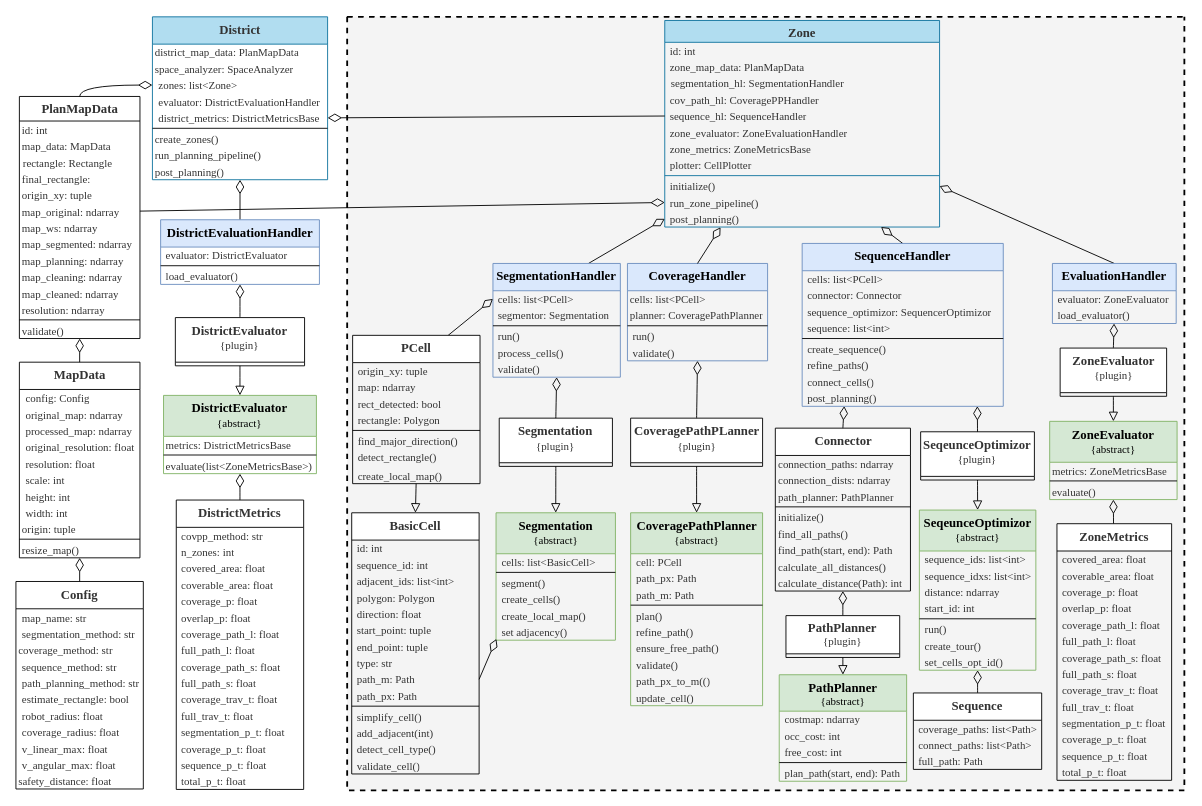
Above: page "ClassDiagram" (4 of 4) of documentation/design/d1_framework.drawio in MortezaHagh/coverage-path-planning (draw.io), before the change. Source tidied: cells renumbered, new cells numbered last; positions are measured from the earlier drawing's top-left corner, leaving out a move shared by most shapes. Both pictures are drawn from the tidied source at 91%, with x=0, y=0 at pixel (15, 16).
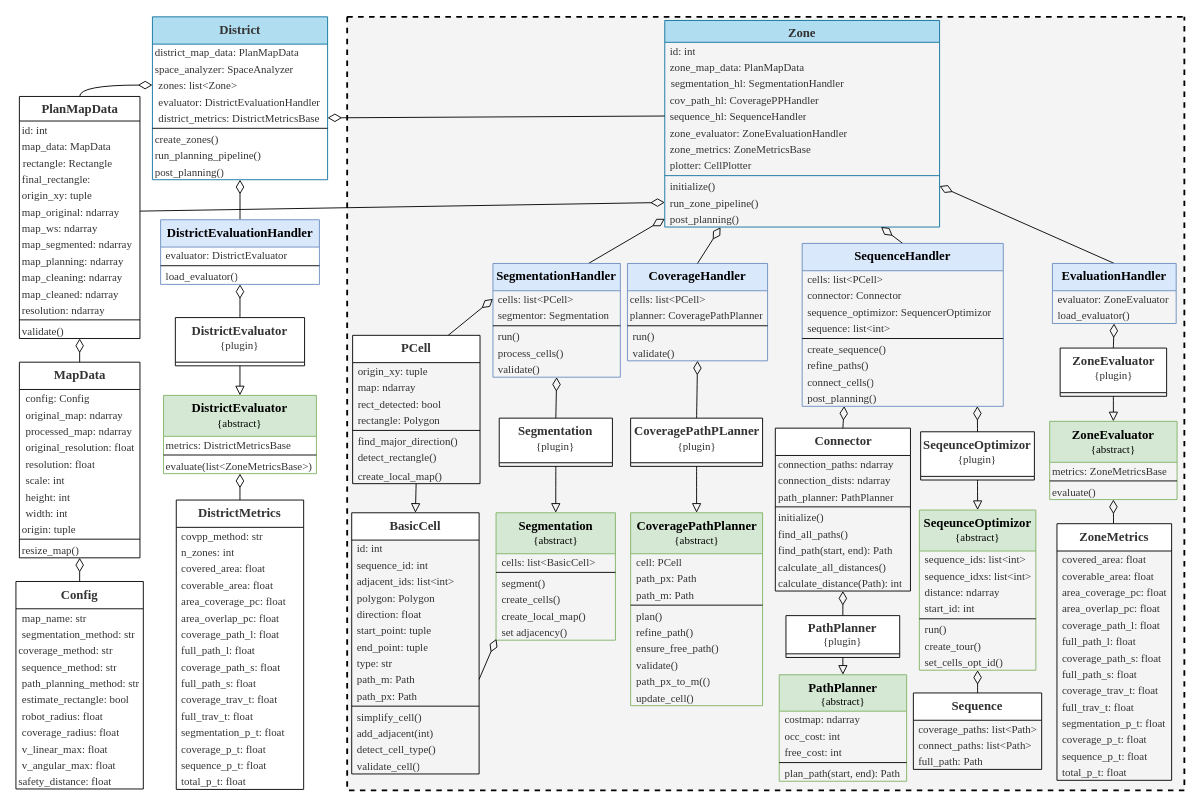
After the change.

The change refers to these unchanged cells:
```xml
<mxCell id="160" value="&lt;b style=&quot;scrollbar-color: rgb(226, 226, 226) rgb(251, 251, 251);&quot;&gt;&lt;font style=&quot;scrollbar-color: rgb(226, 226, 226) rgb(251, 251, 251); font-size: 14px;&quot;&gt;DistrictMetrics&lt;/font&gt;&lt;/b&gt;" style="swimlane;fontStyle=0;align=center;verticalAlign=top;horizontal=1;startSize=30;html=1;whiteSpace=wrap;fontFamily=Times New Roman;fontColor=#333333;" parent="1" vertex="1">
  <mxGeometry x="176.2" y="531" width="140" height="318" as="geometry" />
</mxCell>
<mxCell id="224" value="&lt;b style=&quot;scrollbar-color: rgb(226, 226, 226) rgb(251, 251, 251);&quot;&gt;&lt;font style=&quot;scrollbar-color: rgb(226, 226, 226) rgb(251, 251, 251); font-size: 14px;&quot;&gt;ZoneMetrics&lt;/font&gt;&lt;/b&gt;" style="swimlane;fontStyle=0;align=center;verticalAlign=top;horizontal=1;startSize=30;html=1;whiteSpace=wrap;fontFamily=Times New Roman;fontColor=#333333;" parent="1" vertex="1">
  <mxGeometry x="1144" y="557" width="126" height="282" as="geometry" />
</mxCell>
```

Change to the diagram source:
```diff
@@
-    <mxCell id="165" value="&lt;font face=&quot;Times New Roman&quot;&gt;coverage_p: float&lt;/font&gt;" style="text;html=1;strokeColor=none;fillColor=none;align=left;verticalAlign=middle;spacingLeft=4;spacingRight=4;overflow=hidden;whiteSpace=wrap;fontColor=#333333;" parent="160" vertex="1">
+    <mxCell id="165" value="&lt;font face=&quot;Times New Roman&quot;&gt;area_coverage_pc: float&lt;/font&gt;" style="text;html=1;strokeColor=none;fillColor=none;align=left;verticalAlign=middle;spacingLeft=4;spacingRight=4;overflow=hidden;whiteSpace=wrap;fontColor=#333333;" parent="160" vertex="1">
       <mxGeometry y="102" width="140" height="18" as="geometry" />
     </mxCell>
-    <mxCell id="166" value="&lt;span style=&quot;font-family: &amp;quot;Times New Roman&amp;quot;;&quot;&gt;overlap_p: float&lt;/span&gt;" style="text;html=1;strokeColor=none;fillColor=none;align=left;verticalAlign=middle;spacingLeft=4;spacingRight=4;overflow=hidden;whiteSpace=wrap;fontColor=#333333;" parent="160" vertex="1">
+    <mxCell id="166" value="&lt;span style=&quot;font-family: &amp;quot;Times New Roman&amp;quot;;&quot;&gt;area_overlap_pc: float&lt;/span&gt;" style="text;html=1;strokeColor=none;fillColor=none;align=left;verticalAlign=middle;spacingLeft=4;spacingRight=4;overflow=hidden;whiteSpace=wrap;fontColor=#333333;" parent="160" vertex="1">
       <mxGeometry y="120" width="140" height="18" as="geometry" />
     </mxCell>
@@
-    <mxCell id="227" value="&lt;font face=&quot;Times New Roman&quot;&gt;coverage_p: float&lt;/font&gt;" style="text;html=1;strokeColor=none;fillColor=none;align=left;verticalAlign=middle;spacingLeft=4;spacingRight=4;overflow=hidden;whiteSpace=wrap;fontColor=#333333;" parent="224" vertex="1">
+    <mxCell id="227" value="&lt;font face=&quot;Times New Roman&quot;&gt;area_coverage_pc: float&lt;/font&gt;" style="text;html=1;strokeColor=none;fillColor=none;align=left;verticalAlign=middle;spacingLeft=4;spacingRight=4;overflow=hidden;whiteSpace=wrap;fontColor=#333333;" parent="224" vertex="1">
       <mxGeometry y="66" width="126" height="18" as="geometry" />
     </mxCell>
-    <mxCell id="228" value="&lt;span style=&quot;font-family: &amp;quot;Times New Roman&amp;quot;;&quot;&gt;overlap_p: float&lt;/span&gt;" style="text;html=1;strokeColor=none;fillColor=none;align=left;verticalAlign=middle;spacingLeft=4;spacingRight=4;overflow=hidden;whiteSpace=wrap;fontColor=#333333;" parent="224" vertex="1">
+    <mxCell id="228" value="&lt;span style=&quot;font-family: &amp;quot;Times New Roman&amp;quot;;&quot;&gt;area_overlap_pc: float&lt;/span&gt;" style="text;html=1;strokeColor=none;fillColor=none;align=left;verticalAlign=middle;spacingLeft=4;spacingRight=4;overflow=hidden;whiteSpace=wrap;fontColor=#333333;" parent="224" vertex="1">
       <mxGeometry y="84" width="126" height="18" as="geometry" />
     </mxCell>
```
